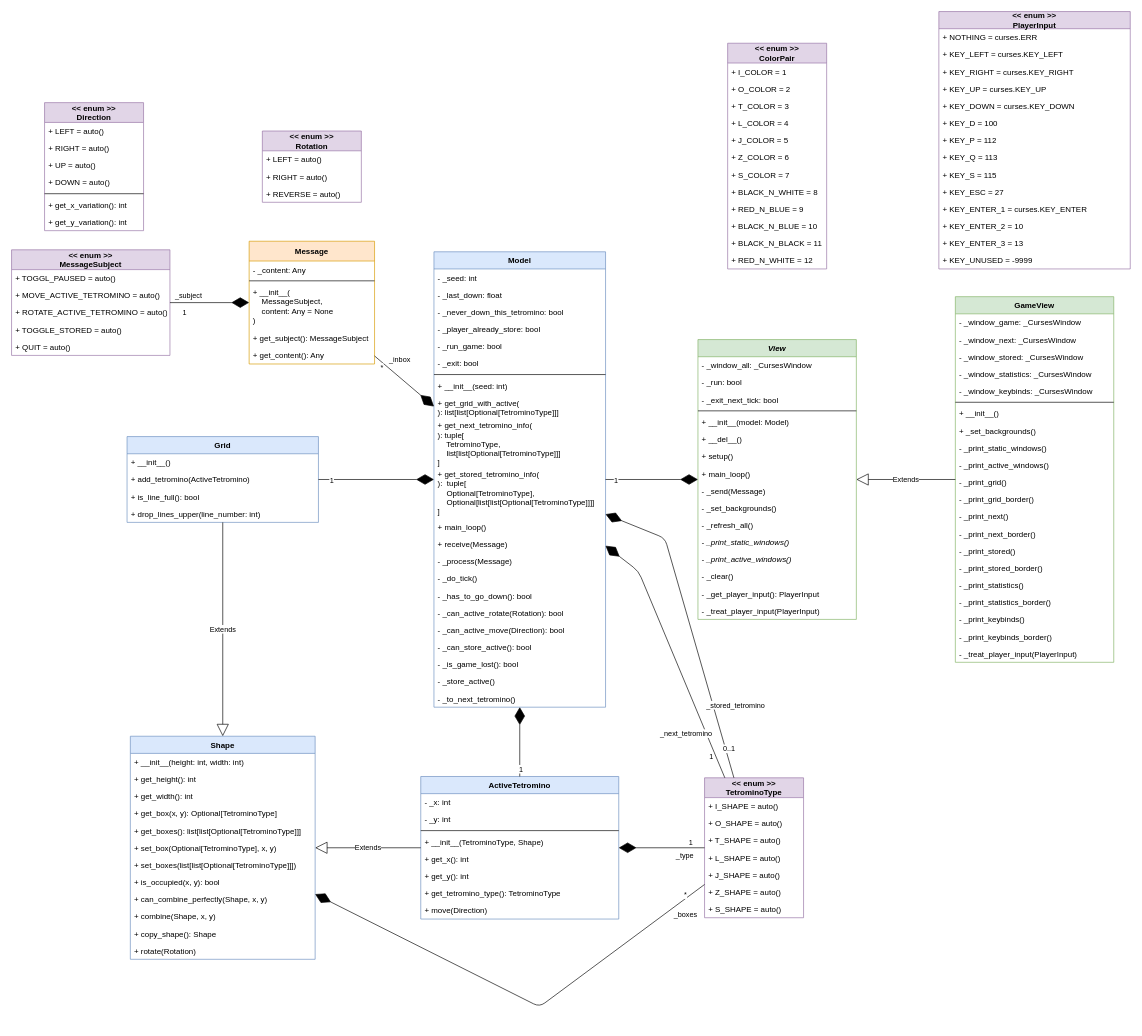
Before: information/class diagram.drawio in le-chartreux/Tertris, a draw.io diagram. Source tidied: cells renumbered, new cells numbered last; positions are measured from the earlier drawing's top-left corner, leaving out a move shared by most shapes. Both pictures are drawn from the tidied source at 66%, with x=0, y=0 at pixel (11, 11).
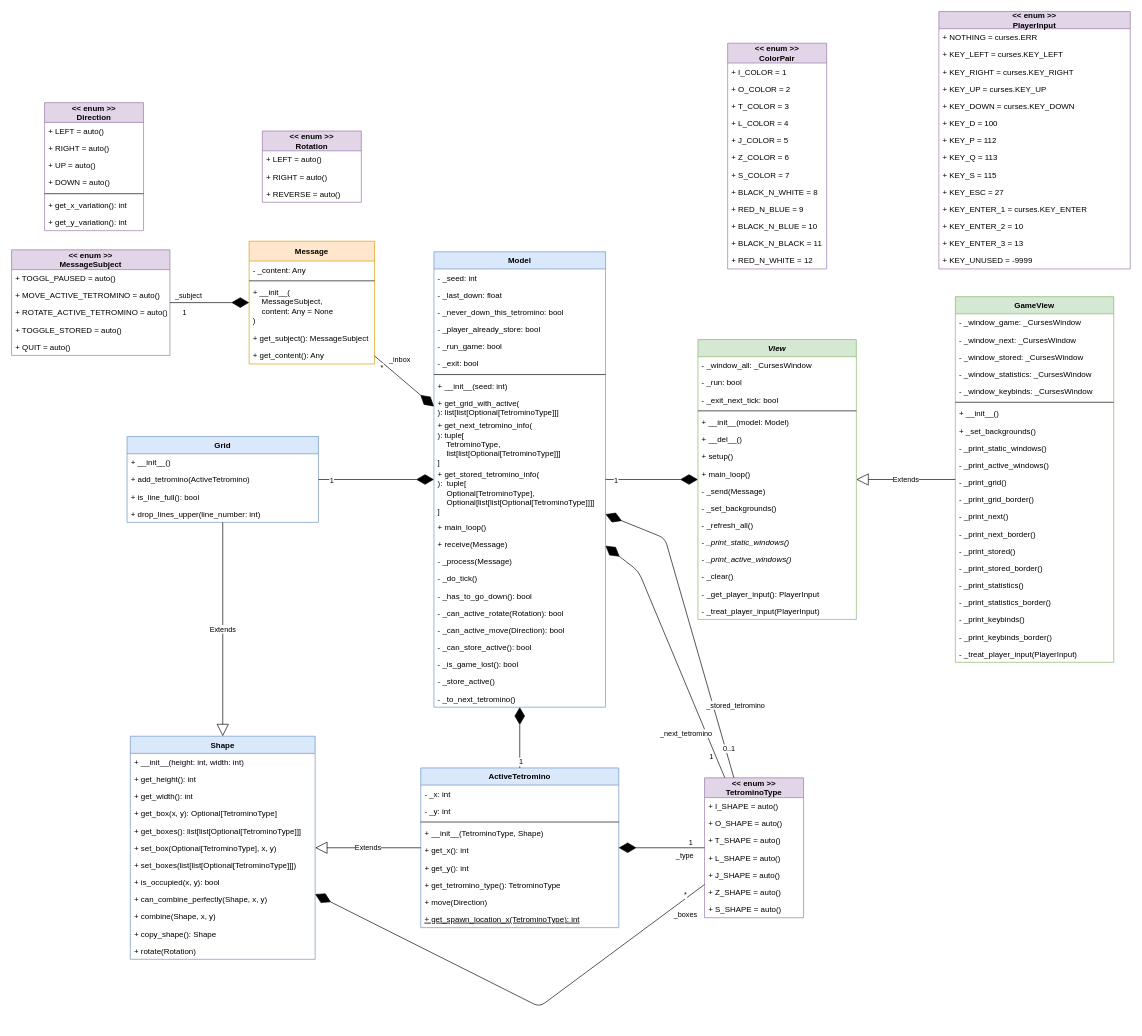
Above is the later version.

Commit message (it also covers changes not shown here):
temp spawn location system

Change to the diagram source:
```diff
@@
     <mxCell id="77" value="ActiveTetromino" style="swimlane;fontStyle=1;align=center;verticalAlign=top;horizontal=1;startSize=26;fillColor=#dae8fc;strokeColor=#6c8ebf;" parent="1" vertex="1">
-      <mxGeometry x="620" y="1159" width="300" height="216" as="geometry" />
+      <mxGeometry x="620" y="1146" width="300" height="242" as="geometry" />
     </mxCell>
@@
+    <mxCell id="178" value="+ get_spawn_location_x(TetrominoType): int" style="text;strokeColor=none;fillColor=none;align=left;verticalAlign=top;spacingLeft=4;spacingRight=4;overflow=hidden;fontStyle=4;" parent="77" vertex="1">
+      <mxGeometry y="216" width="300" height="26" as="geometry" />
+    </mxCell>
```
